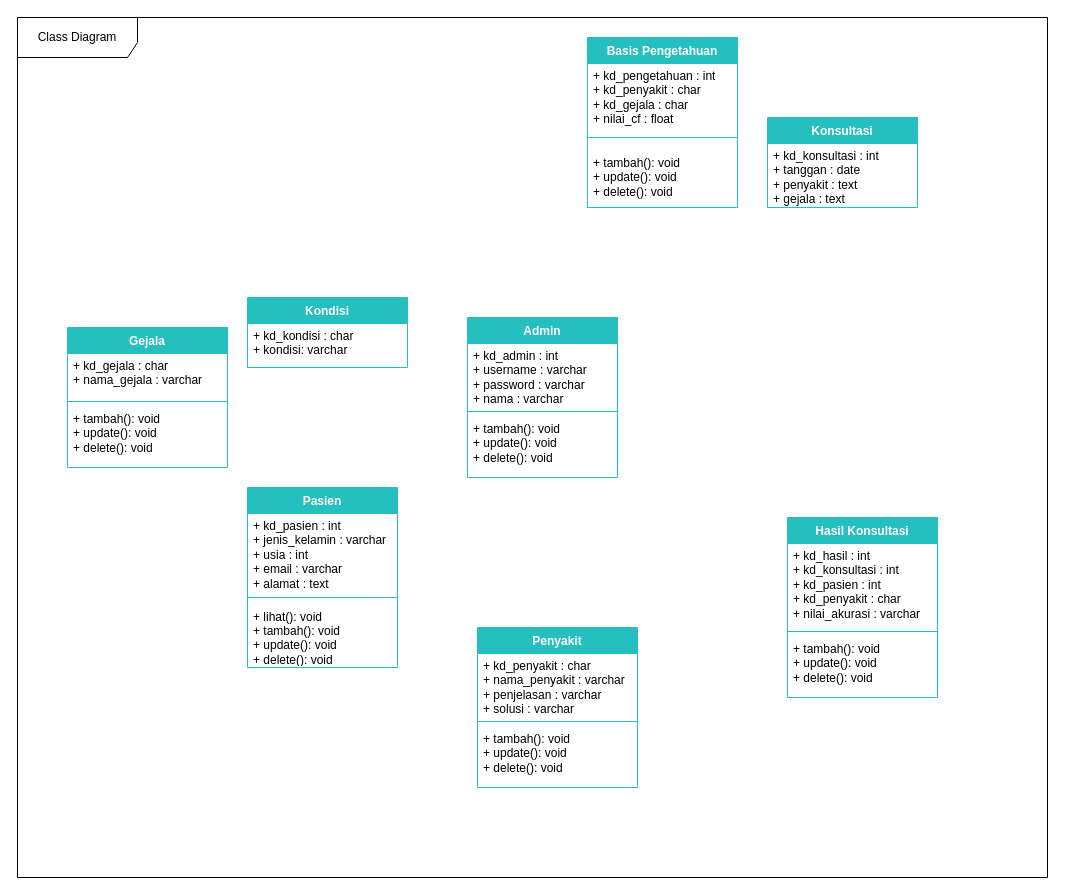
Above: page "Class Diagram" (28 of 28) of Diagram Tanpa Judul.drawio in RyanRamadhan11/drawio (draw.io), before the change. Source tidied: cells renumbered, new cells numbered last; positions are measured from the earlier drawing's top-left corner, leaving out a move shared by most shapes. Both pictures are drawn from the tidied source at 100%, with x=0, y=0 at pixel (17, 17).
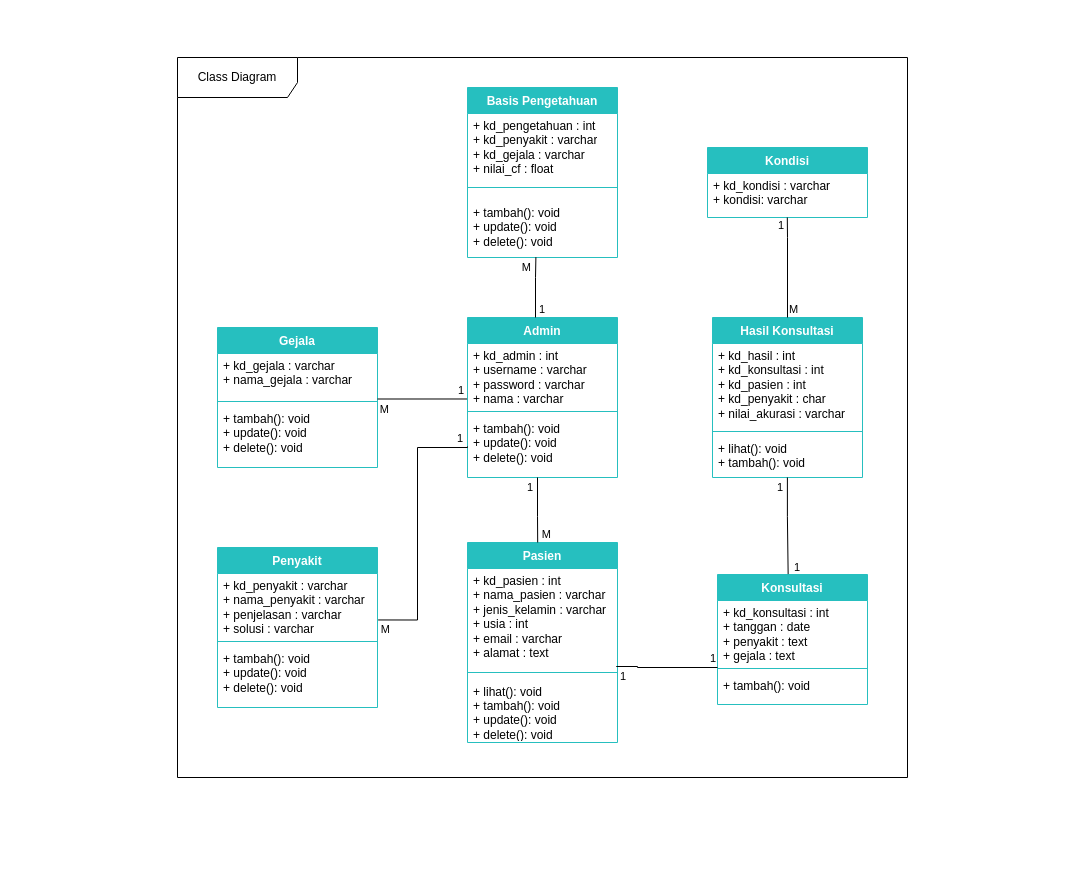
The same page after the edit.

Unchanged cells that the change refers to:
```xml
<mxCell id="3" value="&lt;font color=&quot;#ffffff&quot;&gt;Admin&lt;/font&gt;" style="swimlane;fontStyle=1;align=center;verticalAlign=top;horizontal=1;startSize=26;whiteSpace=wrap;html=1;fillColor=#26BFBF;strokeColor=#26BFBF;" parent="1" vertex="1">
  <mxGeometry x="450" y="300" width="150" height="160" as="geometry" />
</mxCell>
<mxCell id="4" value="+ kd_admin : int&lt;br&gt;+ username :&amp;nbsp;varchar&lt;br&gt;+ password :&amp;nbsp;varchar&lt;br&gt;+ nama :&amp;nbsp;varchar" style="text;strokeColor=none;fillColor=none;align=left;verticalAlign=top;spacingLeft=5;spacingRight=4;overflow=hidden;points=[[0,0.5],[1,0.5]];portConstraint=eastwest;whiteSpace=wrap;html=1;spacing=1;spacingTop=0;spacingBottom=0;" parent="3" vertex="1">
  <mxGeometry y="26" width="150" height="64" as="geometry" />
</mxCell>
<mxCell id="6" value="+ tambah(): void&lt;br&gt;+ update(): void&lt;br&gt;+ delete(): void" style="text;strokeColor=none;fillColor=none;align=left;verticalAlign=top;spacingLeft=4;spacingRight=4;overflow=hidden;points=[[0,0.5],[1,0.5]];portConstraint=eastwest;whiteSpace=wrap;html=1;spacing=2;" parent="3" vertex="1">
  <mxGeometry y="98" width="150" height="62" as="geometry" />
</mxCell>
<mxCell id="17" style="line;strokeWidth=1;fillColor=none;align=left;verticalAlign=middle;spacingTop=-1;spacingLeft=3;spacingRight=3;labelPosition=right;points=[];portConstraint=eastwest;strokeColor=inherit;" parent="15" vertex="1">
  <mxGeometry y="70" width="160" height="8" as="geometry" />
</mxCell>
<mxCell id="24" value="+ tambah(): void&lt;br&gt;+ update(): void&lt;br&gt;+ delete(): void" style="text;strokeColor=none;fillColor=none;align=left;verticalAlign=middle;spacingLeft=4;spacingRight=4;overflow=hidden;points=[[0,0.5],[1,0.5]];portConstraint=eastwest;whiteSpace=wrap;html=1;spacing=2;" parent="21" vertex="1">
  <mxGeometry y="110" width="150" height="60" as="geometry" />
</mxCell>
```

Diff of the diagram source:
```diff
@@
     <mxCell id="2" value="Class Diagram" style="shape=umlFrame;whiteSpace=wrap;html=1;width=120;height=40;" parent="1" vertex="1">
-      <mxGeometry width="1030" height="860" as="geometry" />
+      <mxGeometry x="160" y="40" width="730" height="720" as="geometry" />
     </mxCell>
@@
     <mxCell id="7" value="&lt;font color=&quot;#ffffff&quot;&gt;Pasien&lt;/font&gt;" style="swimlane;fontStyle=1;align=center;verticalAlign=top;horizontal=1;startSize=26;whiteSpace=wrap;html=1;fillColor=#26BFBF;strokeColor=#26BFBF;" parent="1" vertex="1">
-      <mxGeometry x="230" y="470" width="150" height="180" as="geometry" />
+      <mxGeometry x="450" y="525" width="150" height="200" as="geometry" />
     </mxCell>
-    <mxCell id="8" value="+ kd_pasien : int&lt;br&gt;+ jenis_kelamin :&amp;nbsp;varchar&lt;br&gt;+ usia : int&lt;br&gt;+ email :&amp;nbsp;varchar&lt;br&gt;+ alamat : text" style="text;strokeColor=none;fillColor=none;align=left;verticalAlign=top;spacingLeft=5;spacingRight=4;overflow=hidden;whiteSpace=wrap;html=1;spacing=1;spacingTop=0;spacingBottom=0;" parent="7" vertex="1">
-      <mxGeometry y="26" width="150" height="74" as="geometry" />
+    <mxCell id="8" value="+ kd_pasien : int&lt;br&gt;+ nama_pasien :&amp;nbsp;varchar&lt;br&gt;+ jenis_kelamin :&amp;nbsp;varchar&lt;br&gt;+ usia : int&lt;br&gt;+ email :&amp;nbsp;varchar&lt;br&gt;+ alamat : text" style="text;strokeColor=none;fillColor=none;align=left;verticalAlign=top;spacingLeft=5;spacingRight=4;overflow=hidden;whiteSpace=wrap;html=1;spacing=1;spacingTop=0;spacingBottom=0;" parent="7" vertex="1">
+      <mxGeometry y="26" width="150" height="94" as="geometry" />
     </mxCell>
     <mxCell id="9" style="line;strokeWidth=1;fillColor=none;align=left;verticalAlign=middle;spacingTop=0;spacingLeft=3;spacingRight=3;labelPosition=right;strokeColor=inherit;spacing=0;" parent="7" vertex="1">
-      <mxGeometry y="100" width="150" height="20" as="geometry" />
+      <mxGeometry y="120" width="150" height="20" as="geometry" />
     </mxCell>
     <mxCell id="10" value="+ lihat(): void&lt;br&gt;+ tambah(): void&lt;br&gt;+ update(): void&lt;br&gt;+ delete(): void" style="text;strokeColor=none;fillColor=none;align=left;verticalAlign=middle;spacingLeft=4;spacingRight=4;overflow=hidden;whiteSpace=wrap;html=1;spacing=2;" parent="7" vertex="1">
-      <mxGeometry y="120" width="150" height="60" as="geometry" />
+      <mxGeometry y="140" width="150" height="60" as="geometry" />
     </mxCell>
     <mxCell id="11" value="&lt;font color=&quot;#ffffff&quot;&gt;Penyakit&lt;/font&gt;" style="swimlane;fontStyle=1;align=center;verticalAlign=top;horizontal=1;startSize=26;whiteSpace=wrap;html=1;fillColor=#26BFBF;strokeColor=#26BFBF;" parent="1" vertex="1">
-      <mxGeometry x="460" y="610" width="160" height="160" as="geometry" />
+      <mxGeometry x="200" y="530" width="160" height="160" as="geometry" />
     </mxCell>
-    <mxCell id="12" value="+ kd_penyakit : char&lt;br&gt;+ nama_penyakit :&amp;nbsp;varchar&lt;br&gt;+ penjelasan :&amp;nbsp;varchar&lt;br&gt;+ solusi :&amp;nbsp;varchar" style="text;strokeColor=none;fillColor=none;align=left;verticalAlign=top;spacingLeft=5;spacingRight=4;overflow=hidden;points=[[0,0.5],[1,0.5]];portConstraint=eastwest;whiteSpace=wrap;html=1;spacing=1;spacingTop=0;spacingBottom=0;" parent="11" vertex="1">
+    <mxCell id="12" value="+ kd_penyakit : varchar&lt;br&gt;+ nama_penyakit :&amp;nbsp;varchar&lt;br&gt;+ penjelasan :&amp;nbsp;varchar&lt;br&gt;+ solusi :&amp;nbsp;varchar" style="text;strokeColor=none;fillColor=none;align=left;verticalAlign=top;spacingLeft=5;spacingRight=4;overflow=hidden;points=[[0,0.5],[1,0.5]];portConstraint=eastwest;whiteSpace=wrap;html=1;spacing=1;spacingTop=0;spacingBottom=0;" parent="11" vertex="1">
       <mxGeometry y="26" width="160" height="64" as="geometry" />
     </mxCell>
@@
     <mxCell id="15" value="&lt;font color=&quot;#ffffff&quot;&gt;Gejala&lt;/font&gt;" style="swimlane;fontStyle=1;align=center;verticalAlign=top;horizontal=1;startSize=26;whiteSpace=wrap;html=1;fillColor=#26BFBF;strokeColor=#26BFBF;" parent="1" vertex="1">
-      <mxGeometry x="50" y="310" width="160" height="140" as="geometry" />
+      <mxGeometry x="200" y="310" width="160" height="140" as="geometry" />
     </mxCell>
-    <mxCell id="16" value="+ kd_gejala : char&lt;br&gt;+ nama_gejala :&amp;nbsp;varchar" style="text;strokeColor=none;fillColor=none;align=left;verticalAlign=top;spacingLeft=5;spacingRight=4;overflow=hidden;whiteSpace=wrap;html=1;spacing=1;spacingTop=0;spacingBottom=0;" parent="15" vertex="1">
+    <mxCell id="16" value="+ kd_gejala : varchar&lt;br&gt;+ nama_gejala :&amp;nbsp;varchar" style="text;strokeColor=none;fillColor=none;align=left;verticalAlign=top;spacingLeft=5;spacingRight=4;overflow=hidden;whiteSpace=wrap;html=1;spacing=1;spacingTop=0;spacingBottom=0;" parent="15" vertex="1">
       <mxGeometry y="26" width="160" height="44" as="geometry" />
     </mxCell>
@@
     <mxCell id="19" value="&lt;font color=&quot;#ffffff&quot;&gt;Kondisi&lt;/font&gt;" style="swimlane;fontStyle=1;align=center;verticalAlign=top;horizontal=1;startSize=26;whiteSpace=wrap;html=1;fillColor=#26BFBF;strokeColor=#26BFBF;" parent="1" vertex="1">
-      <mxGeometry x="230" y="280" width="160" height="70" as="geometry" />
+      <mxGeometry x="690" y="130" width="160" height="70" as="geometry" />
     </mxCell>
-    <mxCell id="20" value="+ kd_kondisi : char&lt;br&gt;+ kondisi:&amp;nbsp;varchar" style="text;strokeColor=none;fillColor=none;align=left;verticalAlign=top;spacingLeft=5;spacingRight=4;overflow=hidden;whiteSpace=wrap;html=1;spacing=1;spacingTop=0;spacingBottom=0;" parent="19" vertex="1">
+    <mxCell id="20" value="+ kd_kondisi : varchar&lt;br&gt;+ kondisi:&amp;nbsp;varchar" style="text;strokeColor=none;fillColor=none;align=left;verticalAlign=top;spacingLeft=5;spacingRight=4;overflow=hidden;whiteSpace=wrap;html=1;spacing=1;spacingTop=0;spacingBottom=0;" parent="19" vertex="1">
       <mxGeometry y="26" width="160" height="44" as="geometry" />
     </mxCell>
     <mxCell id="21" value="&lt;font color=&quot;#ffffff&quot;&gt;Basis Pengetahuan&lt;/font&gt;" style="swimlane;fontStyle=1;align=center;verticalAlign=top;horizontal=1;startSize=26;whiteSpace=wrap;html=1;fillColor=#26BFBF;strokeColor=#26BFBF;" parent="1" vertex="1">
-      <mxGeometry x="570" y="20" width="150" height="170" as="geometry" />
+      <mxGeometry x="450" y="70" width="150" height="170" as="geometry" />
     </mxCell>
-    <mxCell id="22" value="+ kd_pengetahuan : int&lt;br&gt;+ kd_penyakit : char&lt;br&gt;+ kd_gejala : char&lt;br&gt;+ nilai_cf : float" style="text;strokeColor=none;fillColor=none;align=left;verticalAlign=top;spacingLeft=5;spacingRight=4;overflow=hidden;whiteSpace=wrap;html=1;spacing=1;spacingTop=0;spacingBottom=0;" parent="21" vertex="1">
+    <mxCell id="22" value="+ kd_pengetahuan : int&lt;br&gt;+ kd_penyakit : varchar&lt;br&gt;+ kd_gejala : varchar&lt;br&gt;+ nilai_cf : float" style="text;strokeColor=none;fillColor=none;align=left;verticalAlign=top;spacingLeft=5;spacingRight=4;overflow=hidden;whiteSpace=wrap;html=1;spacing=1;spacingTop=0;spacingBottom=0;" parent="21" vertex="1">
       <mxGeometry y="26" width="150" height="64" as="geometry" />
     </mxCell>
@@
-    <mxCell id="25" value="&lt;font color=&quot;#ffffff&quot;&gt;Konsultasi&lt;/font&gt;" style="swimlane;fontStyle=1;align=center;verticalAlign=top;horizontal=1;startSize=26;whiteSpace=wrap;html=1;fillColor=#26BFBF;strokeColor=#26BFBF;" parent="1" vertex="1">
-      <mxGeometry x="750" y="100" width="150" height="90" as="geometry" />
-    </mxCell>
-    <mxCell id="26" value="+ kd_konsultasi : int&lt;br&gt;+ tanggan :&amp;nbsp;date&lt;br&gt;+ penyakit :&amp;nbsp;text&lt;br&gt;+ gejala :&amp;nbsp;text" style="text;strokeColor=none;fillColor=none;align=left;verticalAlign=top;spacingLeft=5;spacingRight=4;overflow=hidden;whiteSpace=wrap;html=1;spacing=1;spacingTop=0;spacingBottom=0;" parent="25" vertex="1">
-      <mxGeometry y="26" width="150" height="64" as="geometry" />
-    </mxCell>
     <mxCell id="27" value="&lt;font color=&quot;#ffffff&quot;&gt;Hasil Konsultasi&lt;/font&gt;" style="swimlane;fontStyle=1;align=center;verticalAlign=top;horizontal=1;startSize=26;whiteSpace=wrap;html=1;fillColor=#26BFBF;strokeColor=#26BFBF;" parent="1" vertex="1">
-      <mxGeometry x="770" y="500" width="150" height="180" as="geometry" />
+      <mxGeometry x="695" y="300" width="150" height="160" as="geometry" />
     </mxCell>
@@
-    <mxCell id="30" value="+ tambah(): void&lt;br&gt;+ update(): void&lt;br&gt;+ delete(): void" style="text;strokeColor=none;fillColor=none;align=left;verticalAlign=top;spacingLeft=4;spacingRight=4;overflow=hidden;whiteSpace=wrap;html=1;spacing=2;" parent="27" vertex="1">
-      <mxGeometry y="118" width="150" height="62" as="geometry" />
+    <mxCell id="30" value="+ lihat(): void&lt;br&gt;+ tambah(): void&lt;br&gt;" style="text;strokeColor=none;fillColor=none;align=left;verticalAlign=top;spacingLeft=4;spacingRight=4;overflow=hidden;whiteSpace=wrap;html=1;spacing=2;" parent="27" vertex="1">
+      <mxGeometry y="118" width="150" height="42" as="geometry" />
     </mxCell>
+    <mxCell id="31" style="endArrow=none;html=1;edgeStyle=orthogonalEdgeStyle;rounded=0;entryX=0.456;entryY=0.995;entryDx=0;entryDy=0;entryPerimeter=0;" parent="1" edge="1" source="3" target="24">
+      <mxGeometry relative="1" as="geometry">
+        <Array as="points">
+          <mxPoint x="518" y="260" />
+          <mxPoint x="518" y="260" />
+        </Array>
+      </mxGeometry>
+    </mxCell>
+    <mxCell id="32" value="1" style="edgeLabel;html=1;align=left;verticalAlign=bottom;" parent="31" vertex="1">
+      <mxGeometry x="-1" relative="1" as="geometry">
+        <mxPoint x="2" as="offset" />
+      </mxGeometry>
+    </mxCell>
+    <mxCell id="33" value="M" style="edgeLabel;html=1;align=right;verticalAlign=bottom;" parent="31" vertex="1">
+      <mxGeometry x="1" relative="1" as="geometry">
+        <mxPoint x="-4" y="18" as="offset" />
+      </mxGeometry>
+    </mxCell>
+    <mxCell id="34" style="endArrow=none;html=1;edgeStyle=orthogonalEdgeStyle;rounded=0;exitX=-0.003;exitY=0.867;exitDx=0;exitDy=0;exitPerimeter=0;entryX=1;entryY=0.188;entryDx=0;entryDy=0;entryPerimeter=0;" parent="1" edge="1" source="4" target="17">
+      <mxGeometry relative="1" as="geometry" />
+    </mxCell>
+    <mxCell id="35" value="1" style="edgeLabel;html=1;align=left;verticalAlign=bottom;" parent="34" vertex="1">
+      <mxGeometry x="-1" relative="1" as="geometry">
+        <mxPoint x="-11" as="offset" />
+      </mxGeometry>
+    </mxCell>
+    <mxCell id="36" value="M" style="edgeLabel;html=1;align=right;verticalAlign=bottom;" parent="34" vertex="1">
+      <mxGeometry x="1" relative="1" as="geometry">
+        <mxPoint x="12" y="18" as="offset" />
+      </mxGeometry>
+    </mxCell>
+    <mxCell id="37" style="endArrow=none;html=1;edgeStyle=orthogonalEdgeStyle;rounded=0;entryX=1.004;entryY=0.726;entryDx=0;entryDy=0;entryPerimeter=0;exitX=0;exitY=0.5;exitDx=0;exitDy=0;" parent="1" edge="1" source="6" target="12">
+      <mxGeometry relative="1" as="geometry">
+        <Array as="points">
+          <mxPoint x="400" y="430" />
+          <mxPoint x="400" y="603" />
+        </Array>
+      </mxGeometry>
+    </mxCell>
+    <mxCell id="38" value="1" style="edgeLabel;html=1;align=left;verticalAlign=bottom;" parent="37" vertex="1">
+      <mxGeometry x="-1" relative="1" as="geometry">
+        <mxPoint x="-12" as="offset" />
+      </mxGeometry>
+    </mxCell>
+    <mxCell id="39" value="M" style="edgeLabel;html=1;align=right;verticalAlign=bottom;" parent="37" vertex="1">
+      <mxGeometry x="1" relative="1" as="geometry">
+        <mxPoint x="12" y="18" as="offset" />
+      </mxGeometry>
+    </mxCell>
+    <mxCell id="25" value="&lt;font color=&quot;#ffffff&quot;&gt;Konsultasi&lt;/font&gt;" style="swimlane;fontStyle=1;align=center;verticalAlign=top;horizontal=1;startSize=26;whiteSpace=wrap;html=1;fillColor=#26BFBF;strokeColor=#26BFBF;" parent="1" vertex="1">
+      <mxGeometry x="700" y="557" width="150" height="130" as="geometry" />
+    </mxCell>
+    <mxCell id="26" value="+ kd_konsultasi : int&lt;br style=&quot;border-color: var(--border-color);&quot;&gt;+ tanggan :&amp;nbsp;date&lt;br style=&quot;border-color: var(--border-color);&quot;&gt;+ penyakit :&amp;nbsp;text&lt;br style=&quot;border-color: var(--border-color);&quot;&gt;+ gejala :&amp;nbsp;text" style="text;strokeColor=none;fillColor=none;align=left;verticalAlign=top;spacingLeft=5;spacingRight=4;overflow=hidden;whiteSpace=wrap;html=1;spacing=1;spacingTop=0;spacingBottom=0;" parent="25" vertex="1">
+      <mxGeometry y="26" width="150" height="64" as="geometry" />
+    </mxCell>
+    <mxCell id="40" style="line;strokeWidth=1;fillColor=none;align=left;verticalAlign=middle;spacingTop=-1;spacingLeft=3;spacingRight=3;labelPosition=right;strokeColor=inherit;" parent="25" vertex="1">
+      <mxGeometry y="90" width="150" height="8" as="geometry" />
+    </mxCell>
+    <mxCell id="41" value="+ tambah(): void" style="text;strokeColor=none;fillColor=none;align=left;verticalAlign=top;spacingLeft=4;spacingRight=4;overflow=hidden;whiteSpace=wrap;html=1;spacing=2;" parent="25" vertex="1">
+      <mxGeometry y="98" width="150" height="32" as="geometry" />
+    </mxCell>
+    <mxCell id="42" style="endArrow=none;html=1;edgeStyle=orthogonalEdgeStyle;rounded=0;" parent="1" edge="1">
+      <mxGeometry relative="1" as="geometry">
+        <mxPoint x="600" y="649" as="sourcePoint" />
+        <mxPoint x="700" y="650" as="targetPoint" />
+        <Array as="points">
+          <mxPoint x="599" y="649" />
+          <mxPoint x="620" y="649" />
+          <mxPoint x="620" y="650" />
+        </Array>
+      </mxGeometry>
+    </mxCell>
+    <mxCell id="43" value="1" style="edgeLabel;html=1;align=left;verticalAlign=bottom;" parent="42" vertex="1">
+      <mxGeometry x="-1" relative="1" as="geometry">
+        <mxPoint x="1" y="18" as="offset" />
+      </mxGeometry>
+    </mxCell>
+    <mxCell id="44" value="1" style="edgeLabel;html=1;align=right;verticalAlign=bottom;" parent="42" vertex="1">
+      <mxGeometry x="1" relative="1" as="geometry">
+        <mxPoint x="-1" y="-1" as="offset" />
+      </mxGeometry>
+    </mxCell>
+    <mxCell id="45" style="endArrow=none;html=1;edgeStyle=orthogonalEdgeStyle;rounded=0;entryX=0.468;entryY=0.005;entryDx=0;entryDy=0;entryPerimeter=0;" parent="1" edge="1" source="6">
+      <mxGeometry relative="1" as="geometry">
+        <mxPoint x="520.2" y="525" as="targetPoint" />
+        <Array as="points">
+          <mxPoint x="520" y="499" />
+          <mxPoint x="520" y="499" />
+        </Array>
+      </mxGeometry>
+    </mxCell>
+    <mxCell id="46" value="1" style="edgeLabel;html=1;align=left;verticalAlign=bottom;" parent="45" vertex="1">
+      <mxGeometry x="-1" relative="1" as="geometry">
+        <mxPoint x="-12" y="18" as="offset" />
+      </mxGeometry>
+    </mxCell>
+    <mxCell id="47" value="M" style="edgeLabel;html=1;align=right;verticalAlign=bottom;" parent="45" vertex="1">
+      <mxGeometry x="1" relative="1" as="geometry">
+        <mxPoint x="14" as="offset" />
+      </mxGeometry>
+    </mxCell>
+    <mxCell id="48" style="endArrow=none;html=1;edgeStyle=orthogonalEdgeStyle;rounded=0;entryX=0.456;entryY=0.995;entryDx=0;entryDy=0;entryPerimeter=0;exitX=0.5;exitY=0;exitDx=0;exitDy=0;" parent="1" edge="1" source="27">
+      <mxGeometry relative="1" as="geometry">
+        <mxPoint x="769.8" y="200" as="targetPoint" />
+        <Array as="points">
+          <mxPoint x="770" y="220" />
+          <mxPoint x="770" y="220" />
+        </Array>
+      </mxGeometry>
+    </mxCell>
+    <mxCell id="49" value="M" style="edgeLabel;html=1;align=left;verticalAlign=bottom;" parent="48" vertex="1">
+      <mxGeometry x="-1" relative="1" as="geometry" />
+    </mxCell>
+    <mxCell id="50" value="1" style="edgeLabel;html=1;align=right;verticalAlign=bottom;" parent="48" vertex="1">
+      <mxGeometry x="1" relative="1" as="geometry">
+        <mxPoint x="-3" y="16" as="offset" />
+      </mxGeometry>
+    </mxCell>
+    <mxCell id="51" style="endArrow=none;html=1;edgeStyle=orthogonalEdgeStyle;rounded=0;entryX=0.471;entryY=-0.003;entryDx=0;entryDy=0;entryPerimeter=0;" parent="1" edge="1" target="25">
+      <mxGeometry relative="1" as="geometry">
+        <mxPoint x="769.9" y="460" as="sourcePoint" />
+        <Array as="points">
+          <mxPoint x="770" y="499" />
+          <mxPoint x="771" y="499" />
+        </Array>
+      </mxGeometry>
+    </mxCell>
+    <mxCell id="52" value="1" style="edgeLabel;html=1;align=left;verticalAlign=bottom;" parent="51" vertex="1">
+      <mxGeometry x="-1" relative="1" as="geometry">
+        <mxPoint x="-12" y="18" as="offset" />
+      </mxGeometry>
+    </mxCell>
+    <mxCell id="53" value="1" style="edgeLabel;html=1;align=right;verticalAlign=bottom;" parent="51" vertex="1">
+      <mxGeometry x="1" relative="1" as="geometry">
+        <mxPoint x="12" y="1" as="offset" />
+      </mxGeometry>
+    </mxCell>
```
